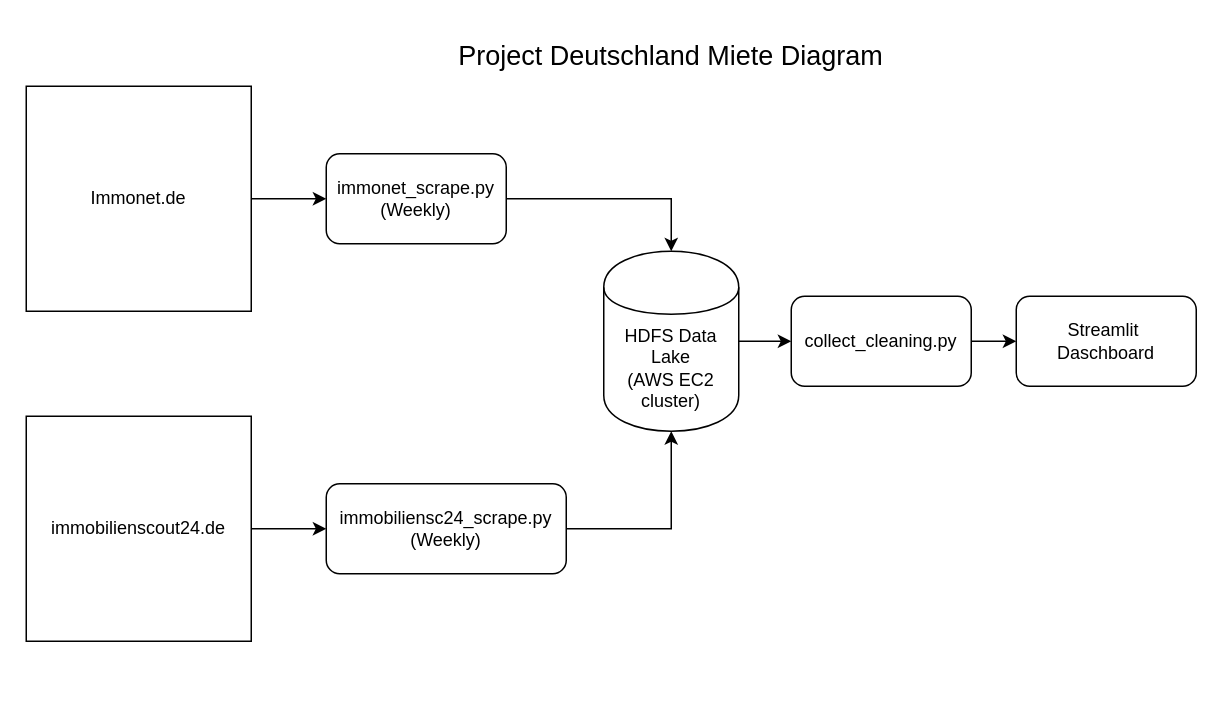
The draw.io diagram pjct_diagram.dio in felipedmnq/rent-houses--germany, before the edit. Source tidied: cells renumbered, new cells numbered last; positions are measured from the earlier drawing's top-left corner, leaving out a move shared by most shapes. Both pictures are drawn from the tidied source at 150%, with x=0, y=0 at pixel (26, 26).
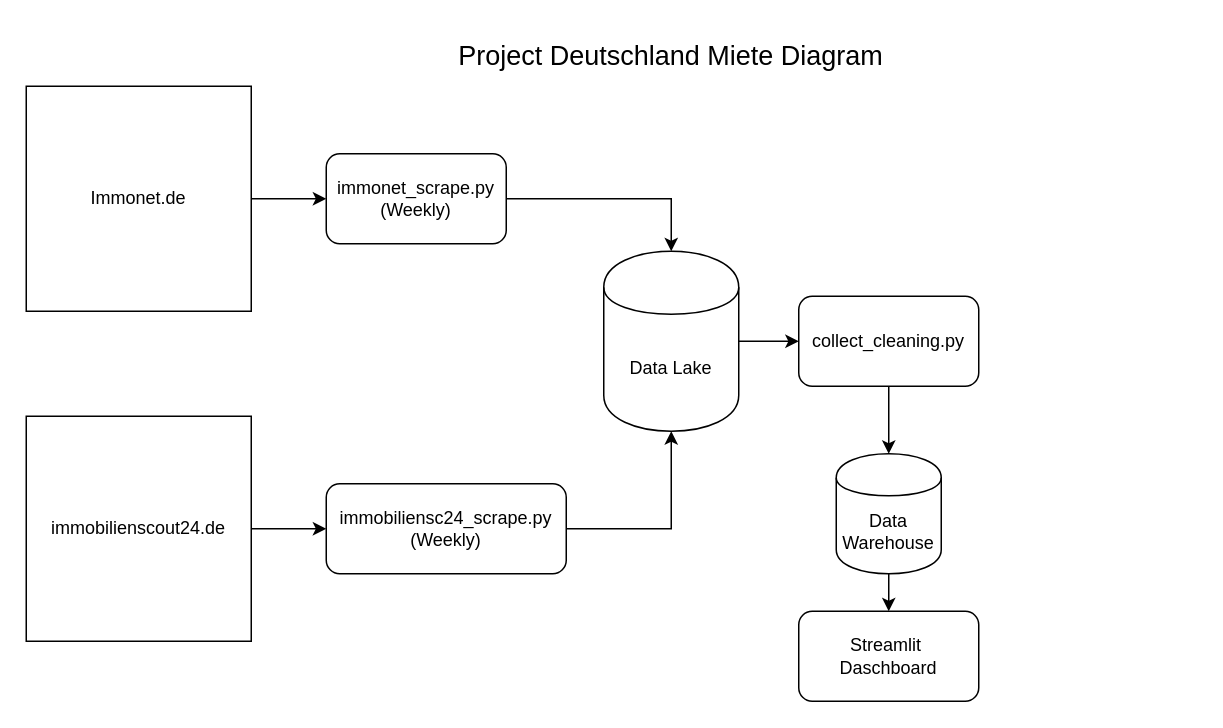
After the change.

The edit, as a diff of the source:
```diff
@@
 <mxGraphModel background="#ffffff">
   <root>
     <mxCell id="0" />
     <mxCell id="1" parent="0" />
     <mxCell id="2" style="edgeStyle=orthogonalEdgeStyle;rounded=0;html=1;exitX=1;exitY=0.5;entryX=0.5;entryY=0;jettySize=auto;" parent="1" edge="1" source="8" target="5">
       <mxGeometry relative="1" as="geometry" />
     </mxCell>
     <mxCell id="3" value="Immonet.de" style="whiteSpace=wrap;html=1;" parent="1" vertex="1">
       <mxGeometry y="40" width="150" height="150" as="geometry" />
     </mxCell>
     <mxCell id="4" style="edgeStyle=orthogonalEdgeStyle;rounded=0;html=1;exitX=1;exitY=0.5;entryX=0;entryY=0.5;jettySize=auto;" parent="1" edge="1" source="5" target="14">
       <mxGeometry relative="1" as="geometry" />
     </mxCell>
-    <mxCell id="5" value="HDFS Data Lake&lt;div&gt;(AWS EC2 cluster)&lt;/div&gt;" style="shape=cylinder;whiteSpace=wrap;html=1;boundedLbl=1;" parent="1" vertex="1">
+    <mxCell id="5" value="Data Lake" style="shape=cylinder;whiteSpace=wrap;html=1;boundedLbl=1;" parent="1" vertex="1">
       <mxGeometry x="385" y="150" width="90" height="120" as="geometry" />
     </mxCell>
     <mxCell id="6" style="edgeStyle=orthogonalEdgeStyle;rounded=0;html=1;exitX=1;exitY=0.5;entryX=0;entryY=0.5;jettySize=auto;" parent="1" edge="1" source="7" target="11">
       <mxGeometry relative="1" as="geometry" />
     </mxCell>
     <mxCell id="7" value="immobilienscout24.de" style="whiteSpace=wrap;html=1;" parent="1" vertex="1">
       <mxGeometry y="260" width="150" height="150" as="geometry" />
     </mxCell>
     <mxCell id="8" value="immonet_scrape.py&lt;div&gt;(Weekly)&lt;/div&gt;" style="rounded=1;whiteSpace=wrap;html=1;" parent="1" vertex="1">
       <mxGeometry x="200" y="85" width="120" height="60" as="geometry" />
     </mxCell>
     <mxCell id="9" style="edgeStyle=orthogonalEdgeStyle;rounded=0;html=1;exitX=1;exitY=0.5;jettySize=auto;" parent="1" edge="1" source="3" target="8">
       <mxGeometry relative="1" as="geometry">
         <Array as="points">
           <mxPoint x="250" y="115" />
           <mxPoint x="250" y="115" />
         </Array>
       </mxGeometry>
     </mxCell>
     <mxCell id="10" style="edgeStyle=orthogonalEdgeStyle;rounded=0;html=1;exitX=1;exitY=0.5;entryX=0.5;entryY=1;jettySize=auto;" parent="1" edge="1" source="11" target="5">
       <mxGeometry relative="1" as="geometry" />
     </mxCell>
     <mxCell id="11" value="immobiliensc24_scrape.py&lt;div&gt;(Weekly)&lt;/div&gt;" style="rounded=1;whiteSpace=wrap;html=1;" parent="1" vertex="1">
       <mxGeometry x="200" y="305" width="160" height="60" as="geometry" />
     </mxCell>
     <mxCell id="12" value="Streamlit&amp;nbsp;&lt;div&gt;Daschboard&lt;/div&gt;" style="rounded=1;whiteSpace=wrap;html=1;" parent="1" vertex="1">
-      <mxGeometry x="660" y="180" width="120" height="60" as="geometry" />
+      <mxGeometry x="515" y="390" width="120" height="60" as="geometry" />
     </mxCell>
-    <mxCell id="13" style="edgeStyle=orthogonalEdgeStyle;rounded=0;html=1;exitX=1;exitY=0.5;entryX=0;entryY=0.5;jettySize=auto;" parent="1" edge="1" source="14" target="12">
+    <mxCell id="13" style="edgeStyle=orthogonalEdgeStyle;rounded=0;html=1;jettySize=auto;exitX=0.5;exitY=1;" parent="1" edge="1" source="16" target="12">
       <mxGeometry relative="1" as="geometry" />
     </mxCell>
     <mxCell id="14" value="collect_cleaning.py" style="rounded=1;whiteSpace=wrap;html=1;" parent="1" vertex="1">
-      <mxGeometry x="510" y="180" width="120" height="60" as="geometry" />
+      <mxGeometry x="515" y="180" width="120" height="60" as="geometry" />
     </mxCell>
     <mxCell id="15" value="Project Deutschland Miete Diagram" style="text;html=1;strokeColor=none;fillColor=none;align=center;verticalAlign=middle;whiteSpace=wrap;rounded=0;fontSize=18;" parent="1" vertex="1">
       <mxGeometry x="280" width="300" height="40" as="geometry" />
     </mxCell>
+    <mxCell id="16" value="Data&lt;div&gt;Warehouse&lt;/div&gt;" style="shape=cylinder;whiteSpace=wrap;html=1;boundedLbl=1;" parent="1" vertex="1">
+      <mxGeometry x="540" y="285" width="70" height="80" as="geometry" />
+    </mxCell>
+    <mxCell id="17" style="edgeStyle=orthogonalEdgeStyle;rounded=0;html=1;jettySize=auto;exitX=0.5;exitY=1;" parent="1" edge="1" source="14" target="16">
+      <mxGeometry relative="1" as="geometry" />
+    </mxCell>
   </root>
 </mxGraphModel>
```
